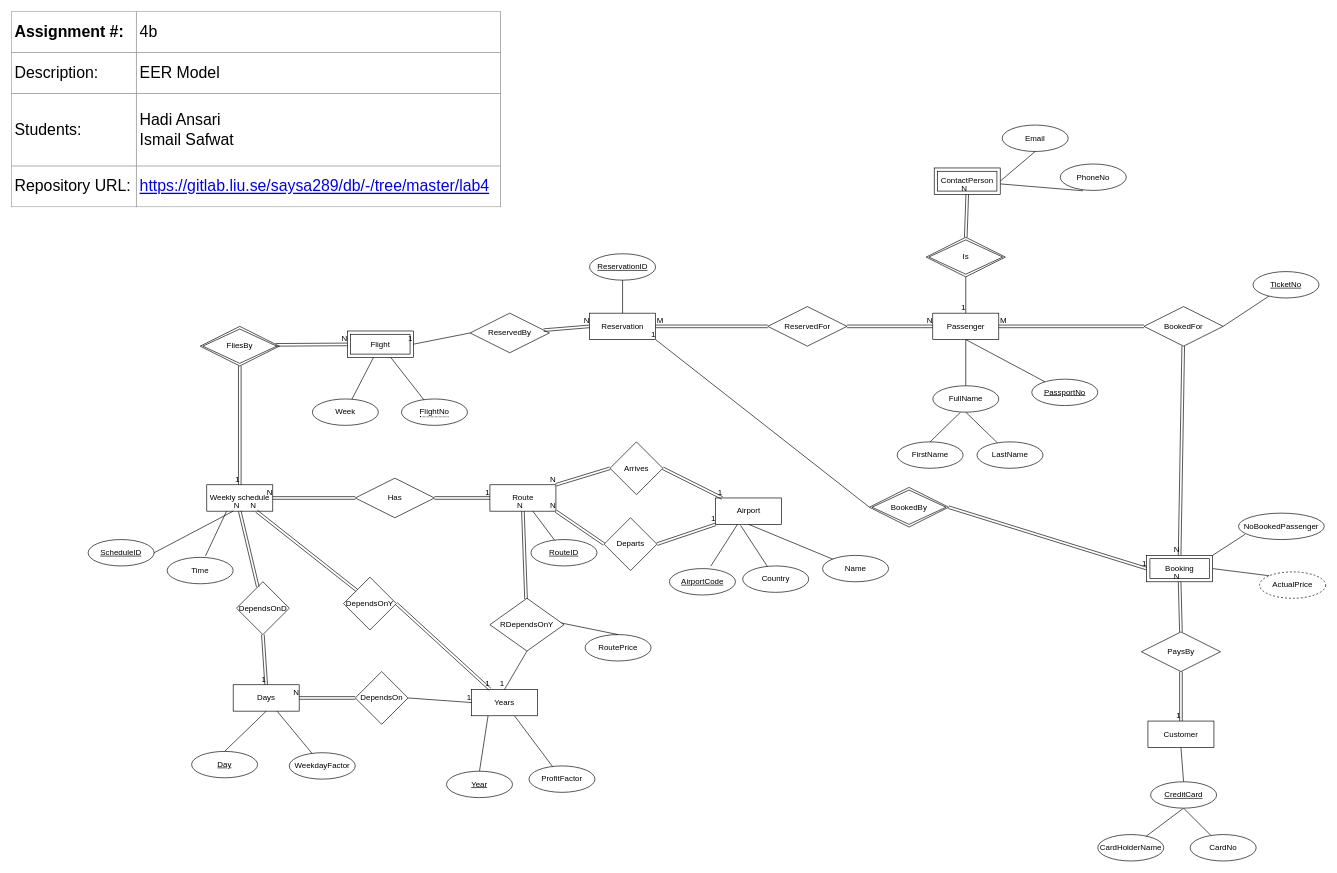
Above: page "EER Model" (1 of 2) of lab4/Assignment4b.drawio in hadi-ansari/TDDD12 (draw.io), before the change. Source tidied: cells renumbered, new cells numbered last; positions are measured from the earlier drawing's top-left corner, leaving out a move shared by most shapes. Both pictures are drawn from the tidied source at 66%, with x=0, y=0 at pixel (11, 11).
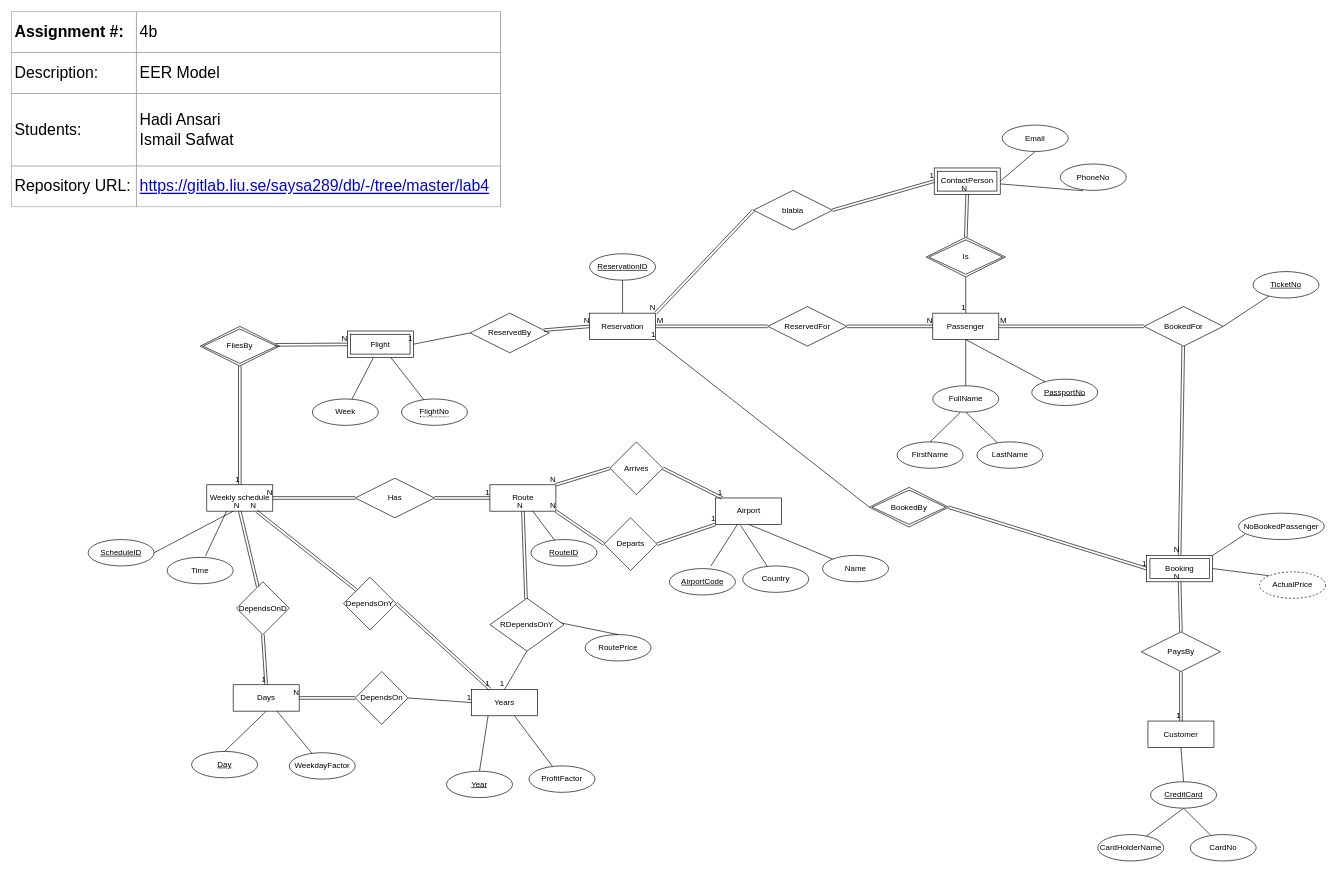
Above is the later version.

The change refers to these unchanged cells:
```xml
<mxCell id="16" value="Reservation" style="whiteSpace=wrap;html=1;align=center;" parent="1" vertex="1">
  <mxGeometry x="875.8" y="457" width="100" height="40" as="geometry" />
</mxCell>
<mxCell id="131" value="&lt;span&gt;ContactPerson&lt;/span&gt;" style="shape=ext;margin=3;double=1;whiteSpace=wrap;html=1;align=center;" parent="1" vertex="1">
  <mxGeometry x="1398" y="237" width="100" height="40" as="geometry" />
</mxCell>
```

What changed in the source:
```diff
@@
+    <mxCell id="136" value="blabla" style="shape=rhombus;perimeter=rhombusPerimeter;whiteSpace=wrap;html=1;align=center;" parent="1" vertex="1">
+      <mxGeometry x="1124" y="271" width="120" height="60" as="geometry" />
+    </mxCell>
+    <mxCell id="137" style="shape=link;html=1;rounded=0;exitX=0;exitY=0.5;exitDx=0;exitDy=0;entryX=1;entryY=0;entryDx=0;entryDy=0;" parent="1" edge="1" source="136" target="16">
+      <mxGeometry relative="1" as="geometry" />
+    </mxCell>
+    <mxCell id="138" value="N" style="html=1;align=right;verticalAlign=bottom;" parent="137" vertex="1">
+      <mxGeometry x="1" relative="1" as="geometry" />
+    </mxCell>
+    <mxCell id="139" style="shape=link;html=1;rounded=0;exitX=1;exitY=0.5;exitDx=0;exitDy=0;entryX=0;entryY=0.5;entryDx=0;entryDy=0;" parent="1" edge="1" source="136" target="131">
+      <mxGeometry relative="1" as="geometry" />
+    </mxCell>
+    <mxCell id="140" value="1" style="html=1;align=right;verticalAlign=bottom;" parent="139" vertex="1">
+      <mxGeometry x="1" relative="1" as="geometry" />
+    </mxCell>
```
